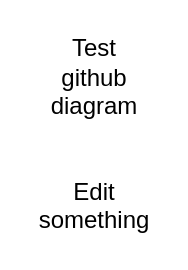
GhentCDH/annophis keeps this draw.io diagram as docs/technical/ANNOPHIS - system design documentation.drawio. Above is the earlier version. Source tidied: cells renumbered, new cells numbered last; positions are measured from the earlier drawing's top-left corner, leaving out a move shared by most shapes. Both pictures are drawn from the tidied source at 200%, with x=0, y=0 at pixel (34, 104).
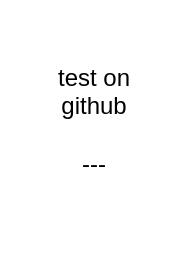
The same page after the edit.

Diff of the diagram source:
```diff
@@
 <mxGraphModel>
   <root>
     <mxCell id="0" />
     <mxCell id="1" parent="0" />
-    <mxCell id="2" value="Test github diagram&lt;div&gt;&lt;br&gt;&lt;/div&gt;&lt;div&gt;&lt;br&gt;&lt;/div&gt;&lt;div&gt;Edit something&lt;/div&gt;" style="text;html=1;align=center;verticalAlign=middle;whiteSpace=wrap;rounded=0;" parent="1" vertex="1">
+    <mxCell id="2" value="test on github&lt;div&gt;&lt;br&gt;&lt;/div&gt;&lt;div&gt;---&lt;br&gt;&lt;div&gt;&lt;div&gt;&lt;br&gt;&lt;/div&gt;&lt;/div&gt;&lt;/div&gt;" style="text;html=1;align=center;verticalAlign=middle;whiteSpace=wrap;rounded=0;" parent="1" vertex="1">
       <mxGeometry width="60" height="30" as="geometry" />
     </mxCell>
   </root>
 </mxGraphModel>
```
